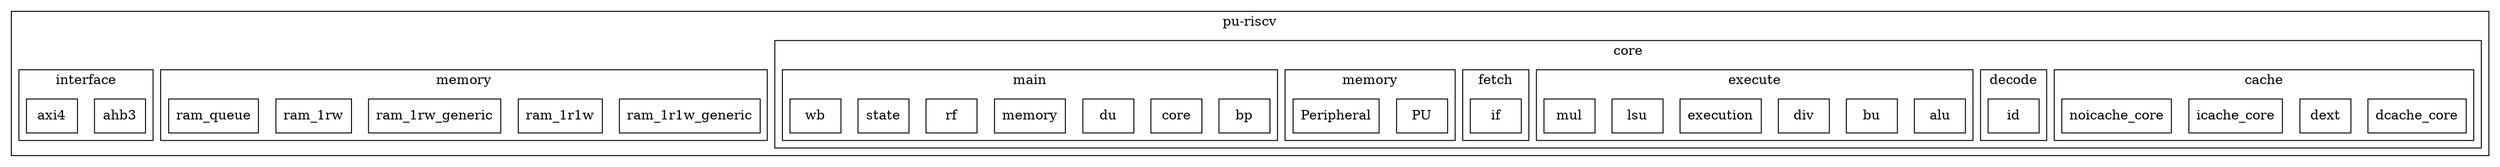
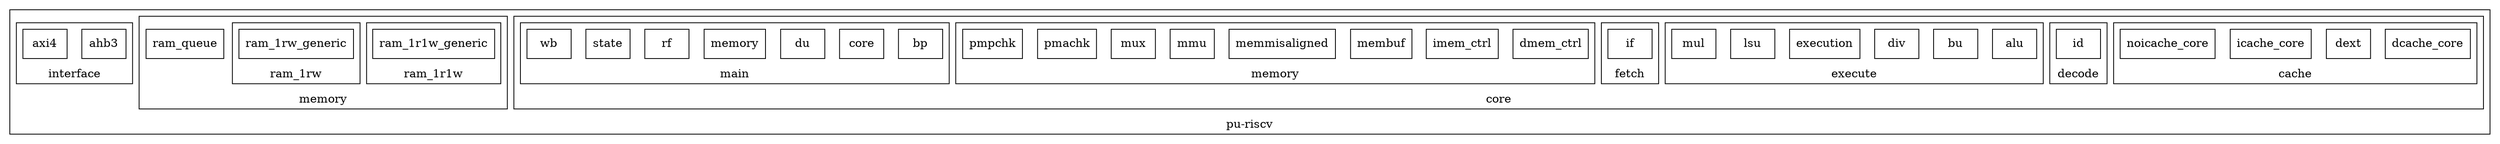
digraph Project {
  // Introduction
-   graph [rankdir = TB, splines=ortho];
+   graph [rankdir = BT, splines=ortho];
  node[shape=record];

  // Blocks
  subgraph "cluster pu-riscv" { label = "pu-riscv";
    subgraph "cluster core" { label = "core";
      subgraph "cluster cache" { label = "cache";
        dcache_core[shape=box, label="dcache_core"];
        dext[shape=box, label="dext"];
        icache_core[shape=box, label="icache_core"];
        noicache_core[shape=box, label="noicache_core"];
      }
      subgraph "cluster decode" { label = "decode";
        id[shape=box, label="id"];
      }
      subgraph "cluster execute" { label = "execute";
        alu[shape=box, label="alu"];
        bu[shape=box, label="bu"];
        div[shape=box, label="div"];
        execution[shape=box, label="execution"];
        lsu[shape=box, label="lsu"];
        mul[shape=box, label="mul"];
      }
      subgraph "cluster fetch" { label = "fetch";
        if[shape=box, label="if"];
      }
      subgraph "cluster memory" { label = "memory";
-         PU[shape=box, label="PU"];
-         PRF[shape=box, label="Peripheral"];
+         dmem_ctrl[shape=box, label="dmem_ctrl"];
+         imem_ctrl[shape=box, label="imem_ctrl"];
+         membuf[shape=box, label="membuf"];
+         memmisaligned[shape=box, label="memmisaligned"];
+         mmu[shape=box, label="mmu"];
+         mux[shape=box, label="mux"];
+         pmachk[shape=box, label="pmachk"];
+         pmpchk[shape=box, label="pmpchk"];
      }
      subgraph "cluster main" { label = "main";
        bp[shape=box, label="bp"];
        core[shape=box, label="core"];
        du[shape=box, label="du"];
        memory[shape=box, label="memory"];
        rf[shape=box, label="rf"];
        state[shape=box, label="state"];
        wb[shape=box, label="wb"];
      }
    }
    subgraph "cluster memory" { label = "memory";
-       ram_1r1w_generic[shape=box, label="ram_1r1w_generic"];
-       ram_1r1w[shape=box, label="ram_1r1w"];
-       ram_1rw_generic[shape=box, label="ram_1rw_generic"];
-       ram_1rw[shape=box, label="ram_1rw"];
+       subgraph "cluster ram_1r1w" { label = "ram_1r1w";
+         ram_1r1w_generic[shape=box, label="ram_1r1w_generic"];
+       }
+       subgraph "cluster ram_1rw" { label = "ram_1rw";
+         ram_1rw_generic[shape=box, label="ram_1rw_generic"];
+       }
      ram_queue[shape=box, label="ram_queue"];
    }
    subgraph "cluster interface" { label = "interface";
      ahb3[shape=box, label="ahb3"];
      axi4[shape=box, label="axi4"];
+       wb[shape=box, label="wb"];
    }
  }
}
